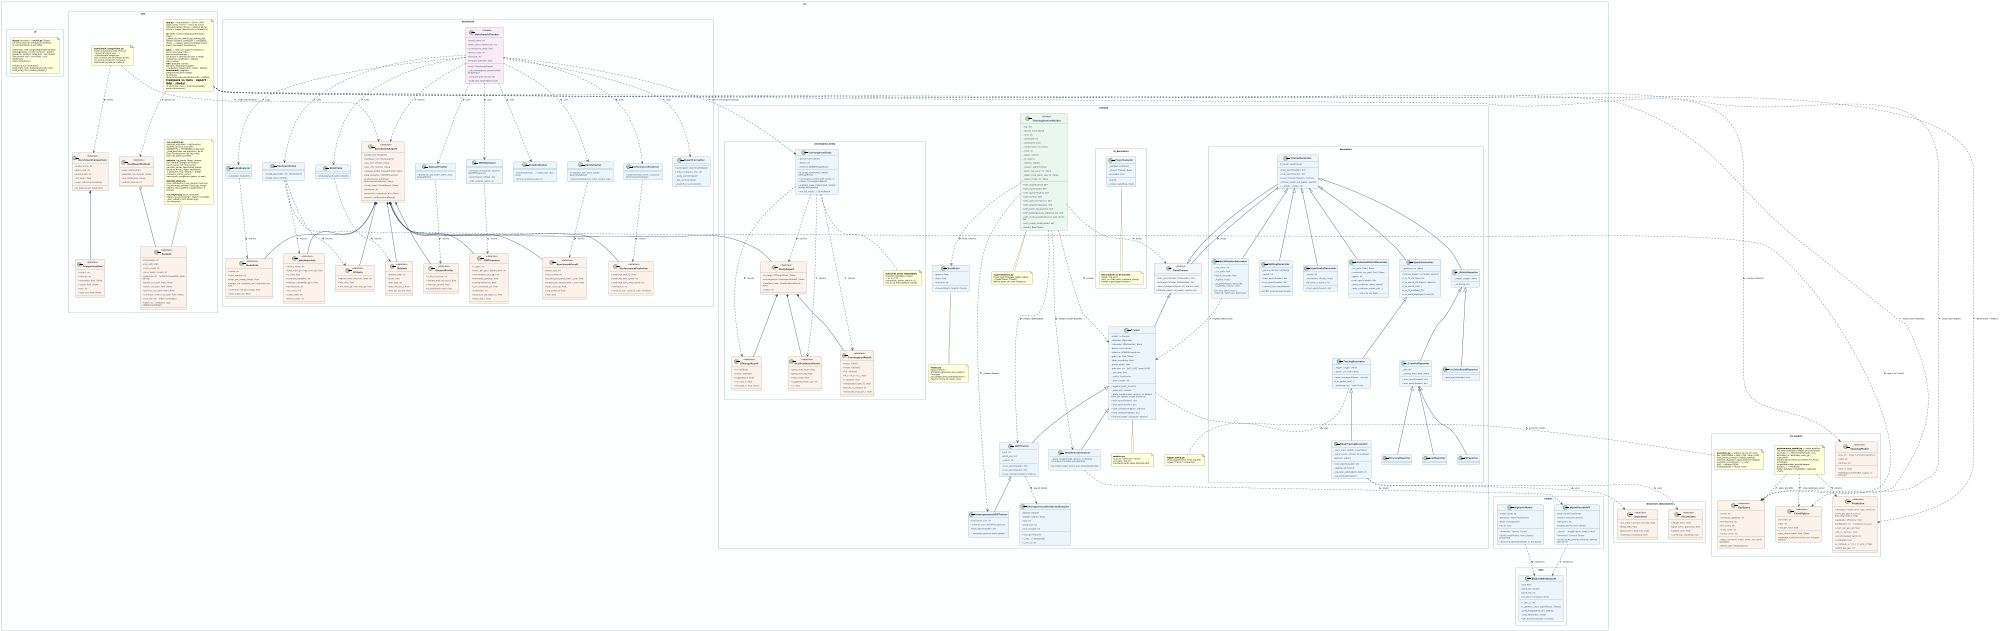
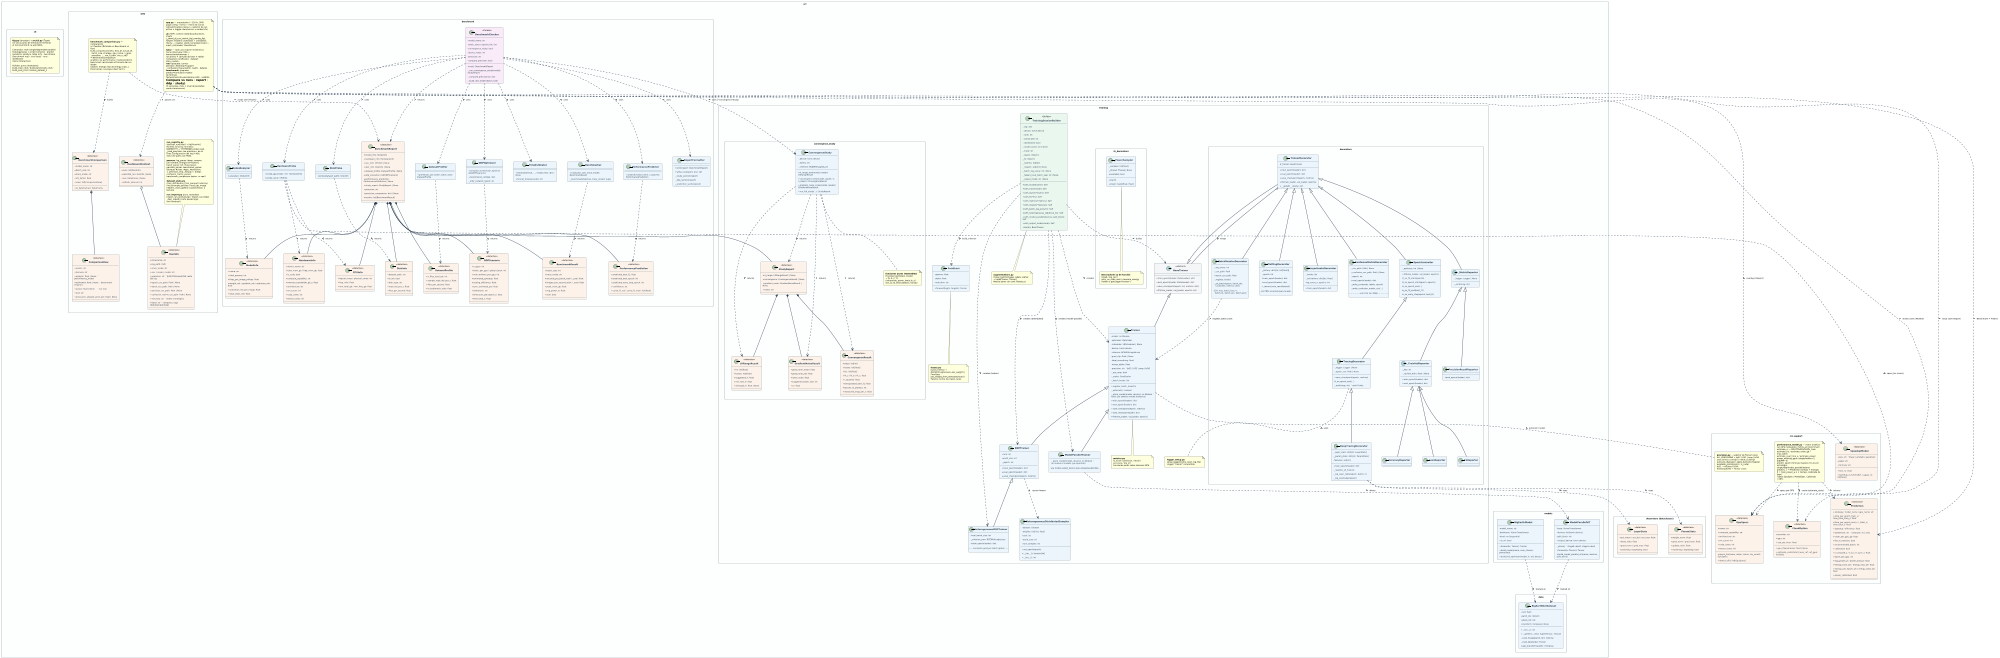
@startuml class_diagram
scale 2000 width
skinparam backgroundColor #FFFFFF
skinparam monochrome false
skinparam classAttributeIconSize 0
skinparam defaultFontName "DejaVu Sans"
skinparam defaultFontSize 9
skinparam classFontStyle bold
skinparam classFontSize 10
skinparam classHeaderBackgroundColor #1A5276
skinparam classBorderColor #2C3E50
skinparam classBackgroundColor #EBF5FB
skinparam arrowColor #2C3E50
skinparam arrowThickness 1.5
skinparam roundCorner 8
skinparam padding 4
skinparam nodesep 50
skinparam ranksep 55
skinparam wrapWidth 200
skinparam packageStyle rectangle
skinparam packageBorderColor #95A5A6
skinparam packageBackgroundColor #FDFEFE

' ════════════════════════════════════════════════════════════════
' PACKAGE: src.training
' ════════════════════════════════════════════════════════════════
package "src.training" #FDFEFE {

  abstract class BaseTrainer <<abstract>> {
    {abstract} + train_epoch(loader: DataLoader): dict
    {abstract} + eval_epoch(loader: DataLoader): dict
    {abstract} + save_checkpoint(epoch: int, metrics: dict)
    {abstract} + fit(train_loader, val_loader, epochs: int)
  }

  class Trainer {
    - model: nn.Module
    - optimizer: Optimizer
    - scheduler: LRScheduler | None
    - device: torch.device
    - criterion: BCEWithLogitsLoss
    - grad_clip: float | None
    - label_smoothing: float
    - mixup_alpha: float
    - precision: str  ' fp32 | tf32 | amp | bf16
    - _use_amp: bool
    - _scaler: GradScaler
    - _batch_hooks: list
    + register_batch_hook(fn)
    - _autocast(): context
    - _place_model(model, device): nn.Module  ' hook: por defecto model.to(device)
    + train_epoch(loader): dict
    + eval_epoch(loader): dict
    + save_checkpoint(epoch, metrics)
    + load_checkpoint(path): dict
    + fit(train_loader, val_loader, epochs)
  }

  class DDPTrainer {
    - rank: int
    - world_size: int
    - _epoch: int
    ' precision reenviada a Trainer
    + train_epoch(loader): dict
    + eval_epoch(loader): dict
    + save_checkpoint(epoch, metrics)
  }

  class HeterogeneousDDPTrainer {
    - local_batch_size: int
    - _criterion_sum: BCEWithLogitsLoss
    + train_epoch(loader): dict
    .. normaliza grad por batch global ..
  }

  class ModelParallelTrainer {
    ' modelo ya repartido entre GPUs (ModelParallelViT)
    - _place_model(model, device): nn.Module  ' no mueve el modelo (ya repartido)
    .. usa model.output_device para etiquetas/pérdida ..
  }

  class TrainingSessionBuilder <<Builder>> {
    - _cfg: dict
    - _device: torch.device
    - _rank: int
    - _world_size: int
    - _distributed: bool
    - _model_name: str | None
    - _trace: str
    - _layers: list[str]
    - _fn: list[str]
    - _metrics: list[str]
    - _inspect: set[str] | None
    - _batch_log_every: int | None
    - _hetero_local_batch_size: int | None
    - _output_mode: str | None
    + with_model(name): Self
    + with_trace(mode): Self
    + with_layers(*layers): Self
    + with_fn(*fns): Self
    + with_metrics(*metrics): Self
    + with_inspect(*features): Self
    + with_batch_log_every(n): Self
    + with_heterogeneous_ddp(local_bs): Self
    + with_model_parallel(devices, split_block): Self
    + with_output_mode(mode): Self
    + build(): BaseTrainer
  }

  class HeterogeneousDistributedSampler {
    - dataset: Dataset
    - weights: list[int | float]
    - rank: int
    - world_size: int
    - num_samples: int
    + set_epoch(epoch)
    + __iter__(): Iterator[int]
    + __len__(): int
  }

  note as aug_note
    **augmentations.py**
    mixup_batch(images, labels, alpha)
    → tuple[Tensor, Tensor]
    Mezcla pares con coef. Beta(α,α).
  end note

  class FocalLoss {
    - gamma: float
    - alpha: float
    - reduction: str
    + forward(logits, targets): Tensor
  }

  note as losses_note
    **losses.py**
    build_criterion → BCEWithLogitsLoss(+pos_weight) | FocalLoss
    pos_weight_from_metadata('auto')
    Palanca contra las clases raras.
  end note

  note as metrics_note
    **metrics.py**
    f1_score / precision / recall /
    accuracy / eta_str
    Funciones puras sobre tensores GPU.
  end note

  note as logger_note
    **logger_setup.py**
    setup_logger(name, level, log_file)
    Logger "trainer" compartido.
  end note

}

' ════════════════════════════════════════════════════════════════
' PACKAGE: src.training.convergence_study  (estudio empírico v4)
' ════════════════════════════════════════════════════════════════
package "src.training.convergence_study" #FDFEFE {

  class ConvergenceStudy {
    - _device: torch.device
    - _family: str
    - _criterion: BCEWithLogitsLoss
    + lr_range_test(model, loader): LRRangeResult
    + convergence_test(model, loader, lr, n_steps): ConvergenceResult
    + gradient_noise_scale(model, loader): GradientNoiseResult
    + run_full_study(...): StudyReport
  }

  class LRRangeResult <<dataclass>> {
    + lrs: list[float]
    + losses: list[float]
    + suggested_lr: float
    + min_loss_lr: float
    + diverged_lr: float | None
  }

  class ConvergenceResult <<dataclass>> {
    + steps: list[int]
    + losses: list[float]
    + f1s: list[float]
    + fit_a / fit_b / fit_c: float
    + r_squared: float
    + extrapolated_best_f1: float
    + epochs_to_plateau: int
    + measured_imgs_per_s: float
  }

  class GradientNoiseResult <<dataclass>> {
    + grad_norm_mean: float
    + grad_norm_std: float
    + noise_scale: float
    + suggested_batch_size: int
    + cv: float
  }

  class StudyReport <<dataclass>> {
    + lr_range: LRRangeResult | None
    + convergence: ConvergenceResult | None
    + gradient_noise: GradientNoiseResult | None
    + notes: str
  }

  note as fit_note
    **funciones puras (testeables)**
    fit_power_law(steps, losses)
    → (a, b, c, r²)
    extrapolate_power_law(a,b,c,t)
    loss_to_f1_estimate(loss, family)
  end note

}

' ════════════════════════════════════════════════════════════════
' PACKAGE: src.training.decorators
' ════════════════════════════════════════════════════════════════
package "src.training.decorators" #FDFEFE {

  class TrainerDecorator {
    # _trainer: BaseTrainer
    + train_epoch(loader): dict
    + eval_epoch(loader): dict
    + save_checkpoint(epoch, metrics)
    + fit(train_loader, val_loader, epochs)
    + __getattr__(name: str)
  }

  class EpochController {
    - _patience: int | None
    + fit(train_loader, val_loader, epochs)
    # _on_fit_start(epochs)
    # _on_epoch_start(epoch, epochs)
    # _on_epoch_end(...)
    # _on_fit_end(best_f1)
    # _on_early_stop(epoch, best_f1)
  }

  class TracingDecorator {
    - _logger: Logger | None
    - _epoch_csv: Path | None
    + save_checkpoint(epoch, metrics)
    # _on_epoch_end(...)
    - _emit(msg: str)  ' rank 0 only
  }

  class DeepTracingDecorator {
    - _layer_stats: dict[str, LayerStats]
    - _param_stats: dict[str, ParamStats]
    - features: set[str]
    + train_epoch(loader): dict
    - _register_all_hooks()
    - _log_layer_table(epoch, batch, n)
    - _log_anomalies(epoch)
  }

  class PlottingDecorator {
    - _history: dict[str, list[float]]
    - _epoch: int
    + train_epoch(loader): dict
    + eval_epoch(loader): dict
    + _record_train_result(result)
    .. sin PNG: acumula para la web ..
  }

  class LayerHooksDecorator {
    - _hooks: list
    - _activations: dict[str, float]
    - log_every_n_epochs: int
    + train_epoch(loader): dict
  }

  class ConfusionMatrixDecorator {
    - _csv_path: Path | None
    - _confusion_csv_path: Path | None
    - _epoch: int
    + eval_epoch(loader): dict
    - _write_csv(preds, labels, epoch)
    - _write_confusion_matrix_csv(...)
    .. solo CSV (sin PNG) ..
  }

  class BatchMonitorDecorator {
    - _log_every: int
    - _csv_path: Path
    + batch_csv_path: Path
    - _register_hook()
    - _on_batch(epoch, batch_idx,\n  n_batches, metrics: dict)
    .. CSV: loss, batch_loss, lr,\n  batch_f1, batch_acc, batch_prec ..
  }

  abstract class _MetricReporter {
    - _logger: Logger | None
    - _emit(msg: str)
  }

  abstract class _TrainValReporter {
    - _key: str
    - _cached_train: float | None
    + train_epoch(loader): dict
    + eval_epoch(loader): dict
  }

  class LossReporter
  class F1Reporter
  class AccuracyReporter
  class PrecisionRecallReporter {
    + eval_epoch(loader): dict
  }

}

' ════════════════════════════════════════════════════════════════
' PACKAGE: src.training.decorators — dataclasses internas
' ════════════════════════════════════════════════════════════════
package "decorators (dataclasses)" #FDFEFE {

  class LayerStats <<dataclass>> {
    + act_mean / act_std / act_max: float
    + dead_ratio: float
    + grad_norm / grad_max: float
    + vanishing / exploding: bool
  }

  class ParamStats <<dataclass>> {
    + weight_norm: float
    + grad_norm / grad_max: float
    + update_ratio: float
    + vanishing / exploding: bool
  }

}

' ════════════════════════════════════════════════════════════════
' PACKAGE: src.training.fn_decorators
' ════════════════════════════════════════════════════════════════
package "src.training.fn_decorators" #FDFEFE {

  class _PowerSampler {
    - _samples: list[float]
    - _thread: Thread | None
    + available: bool
    + start()
    + stop(): tuple[float, float]
  }

  note as fn_note
    **Decoradores @ de función**
    timed / log_call /
    retry_on_cuda_oom / measure_energy
    Rutean a getLogger("trainer").
  end note

  _PowerSampler .. fn_note

}

' ════════════════════════════════════════════════════════════════
' PACKAGE: src.models / src.data
' ════════════════════════════════════════════════════════════════
package "src.models" #FDFEFE {
  class BigEarthModel {
    ' alias retrocompat: BigEarthViT = BigEarthModel
    - model_name: str
    - backbone: VisionTransformer
    - head: nn.Sequential
    + is_vit: bool
    + forward(x: Tensor): Tensor
    + build_model(name, num_classes, pretrained)
    + build_llrd_optimizer(model, lr, wd, decay)
  }

  class ModelParallelViT {
    ' paralelismo de modelo (pipeline naive)
    - base: VisionTransformer
    - devices: list[torch.device]
    - split_block: int
    + output_device: torch.device
    - _place()  ' stage0→dev0, stage1→dev1
    + forward(x: Tensor): Tensor
    + build_model_parallel_vit(name, devices, split_block)
  }
}

' ════════════════════════════════════════════════════════════════
' PACKAGE: src (módulos de soporte — benchmark/web)
' ════════════════════════════════════════════════════════════════
package "src.support" as support #FDFEFE {

  class GpuSpecs <<dataclass>> {
    + name: str
    + compute_capability: str
    + architecture: str
    + sm_count: int
    + cuda_cores: int
    + tensor_cores: int
    + specs_for(name, major, minor, sm_count): GpuSpecs
    + detect_all(): list[GpuSpecs]
  }

  class SpeedupModel <<dataclass>> {
    + key: str  ' linear | amdahl | gustafson
    + label: str
    + formula: str
    + fn(n, s): float
    + speedup_curve(model, n_gpus, s): list[float]
  }

  class CloudOption <<dataclass>> {
    + provider: str
    + gpu: str
    + usd_per_hour: float
    + gpu_tflops(name): float | None
    + estimate_costs(total_hours_ref, ref_gpu): list[dict]
  }

  class Prediction <<dataclass>> {
    ' src.performance_model — predictor analítico
    + strategy / model_name / gpu_name: str
    + time_per_epoch_train_s / time_total_train_s: float
+     + time_per_epoch_eval_s / _total_s / time_total_s: float
    + speedup / efficiency: float
    + bottleneck: str  ' compute | io | sync
    + vram_per_gpu_gb: float
    + fits_in_memory: bool
    + recommended_batch: int
    + calibrated: bool
    + t_compute_s / t_io_s / t_sync_s: float
    + batch_per_gpu: int
+     ' energía = potencia efectiva × tiempo
+     + avg_power_w / power_total_w: float
+     + energy_train_wh / energy_eval_wh: float
+     + energy_per_epoch_wh / energy_total_wh: float
+     + power_calibrated: bool
  }

  note as perfmodel_note
    **performance_model.py** — motor analítico
    (sin GPU, testeable). Estima sin benchmark:
    estimate_rc = MFU·TFLOPS/FLOPs_train
    estimate_rio / estimate_vram_gb / max_batch
+     estimate_eval_time_s / estimate_power
+     power_working_gpus (single/hetero=1, ddp/MP=n)
    predict_epoch (fórmula maestra T(n,π) por
    estrategia: single/ddp/model_parallel/hetero)
-     predict(...) → Prediction
+     predict(...) → Prediction (tiempo + energía:
+     E = train_power_w·n × tiempo, calibrada de logs)
    Tablas GpuSpec / ModelSpec. Calibrado <10%.
  end note

  note as precision_note
    **precision.py** — selector de Tensor cores
    ALL_PRECISIONS = fp32 | tf32 | amp | bf16
    uses_tensor_cores(p) / needs_scaler(p)
    autocast_dtype(p) / apply_backend_flags(p)
    available_precisions(cc, is_cuda)
    fp32 → núcleos CUDA;
    tf32/amp/bf16 → Tensor cores
  end note
}

package "src.data" #FDFEFE {
  class BigEarthNetDataset {
    - root: Path
    - patch_ids: list[str]
    - labels_list: list
    - transform: Compose | None
    + __len__(): int
    + __getitem__(idx): tuple[Tensor, Tensor]
    - _load_image(patch_dir): ndarray
    - _load_labels(idx): Tensor
    + get_transforms(split): Compose
  }
}

' ════════════════════════════════════════════════════════════════
' PACKAGE: src.benchmark (SRP package; scripts/benchmark.py is now a thin CLI)
' ════════════════════════════════════════════════════════════════
package "src.benchmark" #FDFEFE {

  class ModelInfo <<dataclass>> {
    + name: str
    + total_params: int
    + flops_per_image_mflops: float
    + weight_mb / gradient_mb / optimizer_mb: float
    + activation_mb_per_image: float
    + total_static_mb: float
  }

  class HardwareInfo <<dataclass>> {
    + device_name: str
    + total_vram_gb / free_vram_gb: float
    + is_cuda: bool
    + compute_capability: str
    + memory_bandwidth_gb_s: float
    + architecture: str
    + sm_count: int
    + cuda_cores: int
    + tensor_cores: int
  }

  class CPUInfo <<dataclass>> {
    + logical_cores / physical_cores: int
    + freq_mhz: float
    + ram_total_gb / ram_free_gb: float
  }

  class DiskInfo <<dataclass>> {
    + dataset_path: str
    + is_nfs: bool
    + disk_type: str
    + read_mb_per_s: float
    + files_per_second: float
  }

  class DatasetProfile <<dataclass>> {
    + n_files_total_est: int
    + sample_read_mb_per_s: float
    + files_per_second: float
    + io_bottleneck_ratio: float
  }

  class DDPScenario <<dataclass>> {
    + n_gpus: int
    + batch_per_gpu / global_batch: int
    + num_workers_per_gpu: int
    + estimated_speedup: float
    + scaling_efficiency: float
    + sync_overhead_pct: float
    + bottleneck: str
    + time_train_per_epoch_s: float
    + time_total_s: float
  }

  class PerformancePrediction <<dataclass>> {
    + predicted_best_f1: float
    + predicted_best_epoch: int
    + predicted_early_stop_epoch: int
    + confidence: str
    + curve_f1_val / curve_f1_train: list[float]
  }

  class BenchmarkResult <<dataclass>> {
    + batch_size: int
    + trace_mode: str
    + seconds_per_batch_train / _eval: float
    + images_per_second_train / _eval: float
    + peak_vram_gb: float
    + avg_power_w: float
    + oom: bool
  }

  class BenchmarkReport <<dataclass>> {
    + model_info: ModelInfo
    + hardware_info: HardwareInfo
    + cpu_info: CPUInfo | None
    + disk_info: DiskInfo | None
    + dataset_profile: DatasetProfile | None
    + ddp_scenarios: list[DDPScenario]
    + performance_prediction: PerformancePrediction | None
    + study_report: StudyReport | None
    + precision: str
    + precision_comparison: dict | None
    + results: list[BenchmarkResult]
  }

  class ModelAnalyzer {
    + analyze(): ModelInfo
  }
  class HardwareProbe {
    + probe_gpu(index: int): HardwareInfo
    + probe_cpu(): CPUInfo
  }
  class DiskProbe {
    + probe(dataset_path): DiskInfo
  }
  class DatasetProfiler {
    + profile(sec_per_batch, batch_size): DatasetProfile
  }
  class Benchmarker {
    + run(batch_size, trace_mode): BenchmarkResult
    - _benchmark(batches, trace_mode): tuple
  }
  class TimeEstimator {
    + estimate(result, ..., model_info): dict | None
    + format_time(seconds): str
  }
  class DDPOptimizer {
    + compute_scenarios(n_epochs): list[DDPScenario]
    + recommend_config(): dict
    - _infer_network_type(): str
  }
  class PerformancePredictor {
    + predict(model_name, n_epochs): PerformancePrediction
  }
  class ReportFormatter {
    + print(report: BenchmarkReport)
    + write_csv(report, env: str)
    - _study_section(report)
    - _ddp_section(report)
    - _prediction_section(pred)
  }
  class BenchmarkChecker <<Facade>> {
    - model_name: str
    - batch_sizes / epochs_list: list
    - convergence_study: bool
    - device_index: int
    - precision: str
    - compare_precision: bool
    + run(): BenchmarkReport
    - _run_convergence_study(model): StudyReport
    - _compare_precisions(): dict
    - _build_real_loader(batch_size)
  }

}

' ════════════════════════════════════════════════════════════════
' PACKAGE: src.web
' ════════════════════════════════════════════════════════════════
package "src.web" #FDFEFE {

  class RunInfo <<dataclass>> {
    + timestamp: str
    + log_path: Path
    + trace_mode: str
    + env / mode / model: str
    + precision: str  ' fp32/tf32/amp/bf16, leída del log
    + epoch_csv_path: Path | None
    + batch_csv_path: Path | None
    + perclass_csv_path: Path | None
    + confusion_matrix_csv_path: Path | None
    + sort_key: str  ' orden cronológico
    + label: str  ' compacto, tags [ddp]/[amp]/[deep]
  }

  class BenchmarkComparison <<dataclass>> {
    + model_name: str
    + batch_size: int
    + trace_mode: str
    + nfs_factor: float
    + rows: list[ComparisonRow]
    + to_dataframe(): DataFrame
  }

  class ComparisonRow <<dataclass>> {
    + metric: str
    + formula: str
-     + estimated: float | None
-     + actual: float | None
+     + analytic: float | None   ' performance_model
+     + estimated: float | None  ' benchmark empírico
+     + actual: float | None     ' run real
    + unit: str
-     + error_pct: float | None
+     + error_pct / analytic_error_pct: float | None
  }

  note as cmp_note
-     **benchmark_comparison.py**
-     build_comparison(meta, feas_df,
-       actual_df, batch_size, ...)
+     **benchmark_comparison.py** — comparación
+     a 3 fuentes (Estimate vs Benchmark vs Run)
+     build_comparison(meta, feas_df, actual_df,
+       batch_size, strategy, gpu_name, n_gpus,
+       precision, ..., run_n_train, run_n_val)
    → BenchmarkComparison
-     Usa n_train/n_val del bloque #sizes
-     (no asume el full set). Compara
-     estimación vs real por métrica.
+     analítico vía performance_model.predict();
+     benchmark recalculado al tamaño del run desde
+     s/batch; energía real de energy_train_j.
+     Filas tiempo / energía / Best Val F1.
  end note

  class DashboardContext <<dataclass>> {
    ' src.web.ui.context — estado compartido (ctx)
    + runs: list[RunInfo]
    + selected_run: RunInfo | None
    + run: DataFrame | None
    + refresh_interval: int
  }

  note as web_note
    **run_registry.py**
    discover_runs(root) → list[RunInfo]
    RunInfo.sort_key normaliza
    DDMMYYYY → YYYYMMDD (orden real).
    _read_precision: lee precision= de la
    línea Configuración del log (4 KB).
    Solo CSV paths (sin PNG).

    **parsers**: log_parser (deep: campos
    por nombre; energía \w*Trainer),
    batch_parser (v3: f1/acc/prec),
    perclass_parser, benchmark_parser
    (bloques #sizes, #gpu, #precision,
    #precision_cmp, #study_*, #ddp),
    confusion_matrix_parser,
    benchmark_comparison (estim. vs real)

    **dataset_stats.py**
    class_distribution_from_parquet (ndarray)
    find_example_patches / load_rgb_image
    helpers._class_gallery (1 patch/clase, 1 lectura)

    **run_import.py** (puro, testeable)
    import_run_archive(zip) / import_run_folder
    _dest_relpath (corta desde logs/, anti-traversal)
  end note

  note as web_arch_note
    **app.py** — orquestador (~220 ln, SRP)
    page config + tema + menú de iconos
    (streamlit-option-menu) + selector de run
    activo + toggle claro/oscuro → render(ctx)

    **ui/** (SRP): context (DashboardContext),
    charts (_show/_dl_csv/_metric_fig/_overlay_fig),
    helpers (loaders cacheados + utilidades),
    theme — register_plotly_template(mode) +
    inject_css(mode): claro/oscuro

    **tabs/** — cada uno expone render(ctx):
    home (Overview: KPIs + barras/tarta/treemap +
    run activo + carrusel de fotos + tabla) ·
    comparison (unificado) · dataset · data_models ·
    **run/** (paquete: curves · perclass=heatmap+support
    · confusions=top+matriz · batch · details) ·
    **benchmark/** (paquete: predict=formulario+tablas
    de fórmula tiempo/memoria+escalado+coste · validate
    =Compare vs runs · report · ddp · study)
    (5 secciones, máx. 1 nivel de pestañas; modo claro/oscuro)
  end note

}

' ════════════════════════════════════════════════════════════════
' PACKAGE: src.cli (CLI unificado tipo `tfg <comando>`)
' ════════════════════════════════════════════════════════════════
package "src.cli" #FDFEFE {
  note as cli_note
    **tfg.py** (lanzador) + **src/cli.py** (Typer)
    Un único punto de entrada en terminal:
    el terminal HACE, la web MIRA.

    Comandos: train (single/ddp/model-parallel/
    heterogeneous → script correcto) · predict
    (predictor analítico, tabla rich) · benchmark
    (benchmark real) · eval (test) · runs · dashboard ·
    menu (interactivo)

    Builders puros (testeados):
    build_train_cmd / build_benchmark_cmd /
    build_eval_cmd / resolve_dataset_n
  end note
}

' ════════════════════════════════════════════════════════════════
' RELACIONES DE HERENCIA
' ════════════════════════════════════════════════════════════════

BaseTrainer <|-- Trainer
Trainer <|-- DDPTrainer
DDPTrainer <|-- HeterogeneousDDPTrainer
Trainer <|-- ModelParallelTrainer
BaseTrainer <|-- TrainerDecorator

TrainerDecorator <|-- EpochController
TrainerDecorator <|-- PlottingDecorator
TrainerDecorator <|-- LayerHooksDecorator
TrainerDecorator <|-- ConfusionMatrixDecorator
TrainerDecorator <|-- BatchMonitorDecorator
TrainerDecorator <|-- _MetricReporter

EpochController <|-- TracingDecorator
TracingDecorator <|-- DeepTracingDecorator

_MetricReporter <|-- _TrainValReporter
_MetricReporter <|-- PrecisionRecallReporter
_TrainValReporter <|-- LossReporter
_TrainValReporter <|-- F1Reporter
_TrainValReporter <|-- AccuracyReporter

' ════════════════════════════════════════════════════════════════
' RELACIONES DE COMPOSICIÓN / DEPENDENCIA
' ════════════════════════════════════════════════════════════════

TrainerDecorator o-- BaseTrainer : wraps >

TrainingSessionBuilder ..> BaseTrainer : builds >
TrainingSessionBuilder ..> Trainer : creates >
TrainingSessionBuilder ..> DDPTrainer : creates (distributed) >
TrainingSessionBuilder ..> HeterogeneousDDPTrainer : creates (hetero) >
TrainingSessionBuilder ..> ModelParallelTrainer : creates (model-parallel) >
TrainingSessionBuilder ..> aug_note : uses >
TrainingSessionBuilder ..> FocalLoss : build_criterion >
FocalLoss .. losses_note

DDPTrainer ..> HeterogeneousDistributedSampler : usa en hetero >

DeepTracingDecorator ..> LayerStats : uses >
DeepTracingDecorator ..> ParamStats : uses >
BatchMonitorDecorator ..> Trainer : register_batch_hook >

ConvergenceStudy ..> LRRangeResult : returns >
ConvergenceStudy ..> ConvergenceResult : returns >
ConvergenceStudy ..> GradientNoiseResult : returns >
ConvergenceStudy ..> StudyReport : returns >
ConvergenceStudy .. fit_note
StudyReport *-- LRRangeResult
StudyReport *-- ConvergenceResult
StudyReport *-- GradientNoiseResult

BenchmarkChecker ..> ModelAnalyzer : uses >
BenchmarkChecker ..> HardwareProbe : uses >
BenchmarkChecker ..> DiskProbe : uses >
BenchmarkChecker ..> DatasetProfiler : uses >
BenchmarkChecker ..> Benchmarker : uses >
BenchmarkChecker ..> TimeEstimator : uses >
BenchmarkChecker ..> DDPOptimizer : uses >
BenchmarkChecker ..> PerformancePredictor : uses >
BenchmarkChecker ..> ReportFormatter : uses >
BenchmarkChecker ..> ConvergenceStudy : uses (--convergence-study) >

ModelAnalyzer ..> ModelInfo : returns >
HardwareProbe ..> HardwareInfo : returns >
HardwareProbe ..> GpuSpecs : specs_for (cores) >
HardwareProbe ..> CPUInfo : returns >
DiskProbe ..> DiskInfo : returns >
DatasetProfiler ..> DatasetProfile : returns >
Benchmarker ..> BenchmarkResult : returns >
DDPOptimizer ..> DDPScenario : returns >
PerformancePredictor ..> PerformancePrediction : returns >
BenchmarkChecker ..> BenchmarkReport : returns >

BenchmarkReport *-- ModelInfo
BenchmarkReport *-- HardwareInfo
BenchmarkReport *-- CPUInfo
BenchmarkReport *-- DiskInfo
BenchmarkReport *-- DatasetProfile
BenchmarkReport *-- DDPScenario
BenchmarkReport *-- PerformancePrediction
BenchmarkReport *-- BenchmarkResult
BenchmarkReport o-- StudyReport

BigEarthModel ..> BigEarthNetDataset : trained on >
ModelParallelViT ..> BigEarthNetDataset : trained on >
ModelParallelTrainer ..> ModelParallelViT : drives >

Trainer ..> metrics_note : uses >
Trainer ..> precision_note : autocast / scaler >
TracingDecorator ..> logger_note : uses >
web_note ..> RunInfo : creates >

' ── web modular (SRP): orquestador + ui/ + tabs/ ──
web_arch_note ..> DashboardContext : passes ctx >
DashboardContext o-- RunInfo
web_arch_note ..> SpeedupModel : overlays (Report) >
web_arch_note ..> CloudOption : cloud cost (Report) >
web_arch_note ..> GpuSpecs : shows cores (Monitor) >
web_arch_note ..> Prediction : Benchmark → Predict >
perfmodel_note ..> Prediction : returns >
perfmodel_note ..> GpuSpecs : specs por GPU >
perfmodel_note ..> CloudOption : coste (estimate_costs) >

BenchmarkComparison *-- ComparisonRow
cmp_note ..> BenchmarkComparison : builds >
cmp_note ..> BenchmarkReport : reads CSV (#sizes) >

' ════════════════════════════════════════════════════════════════
' ESTILOS POR TIPO
' ════════════════════════════════════════════════════════════════

skinparam class {
  HeaderBackgroundColor #1A5276
  BackgroundColor #EBF5FB
  BorderColor #2C3E50
  FontColor #FFFFFF
  AttributeFontColor #2C3E50
}

skinparam class<<abstract>> {
  HeaderBackgroundColor #1B2631
  BackgroundColor #F4F6F7
}

skinparam class<<dataclass>> {
  HeaderBackgroundColor #6E2F04
  BackgroundColor #FDF2E9
}

skinparam class<<Facade>> {
  HeaderBackgroundColor #512E5F
  BackgroundColor #F9EBF8
}

skinparam class<<Builder>> {
  HeaderBackgroundColor #145A32
  BackgroundColor #E9F7EF
}

@enduml
